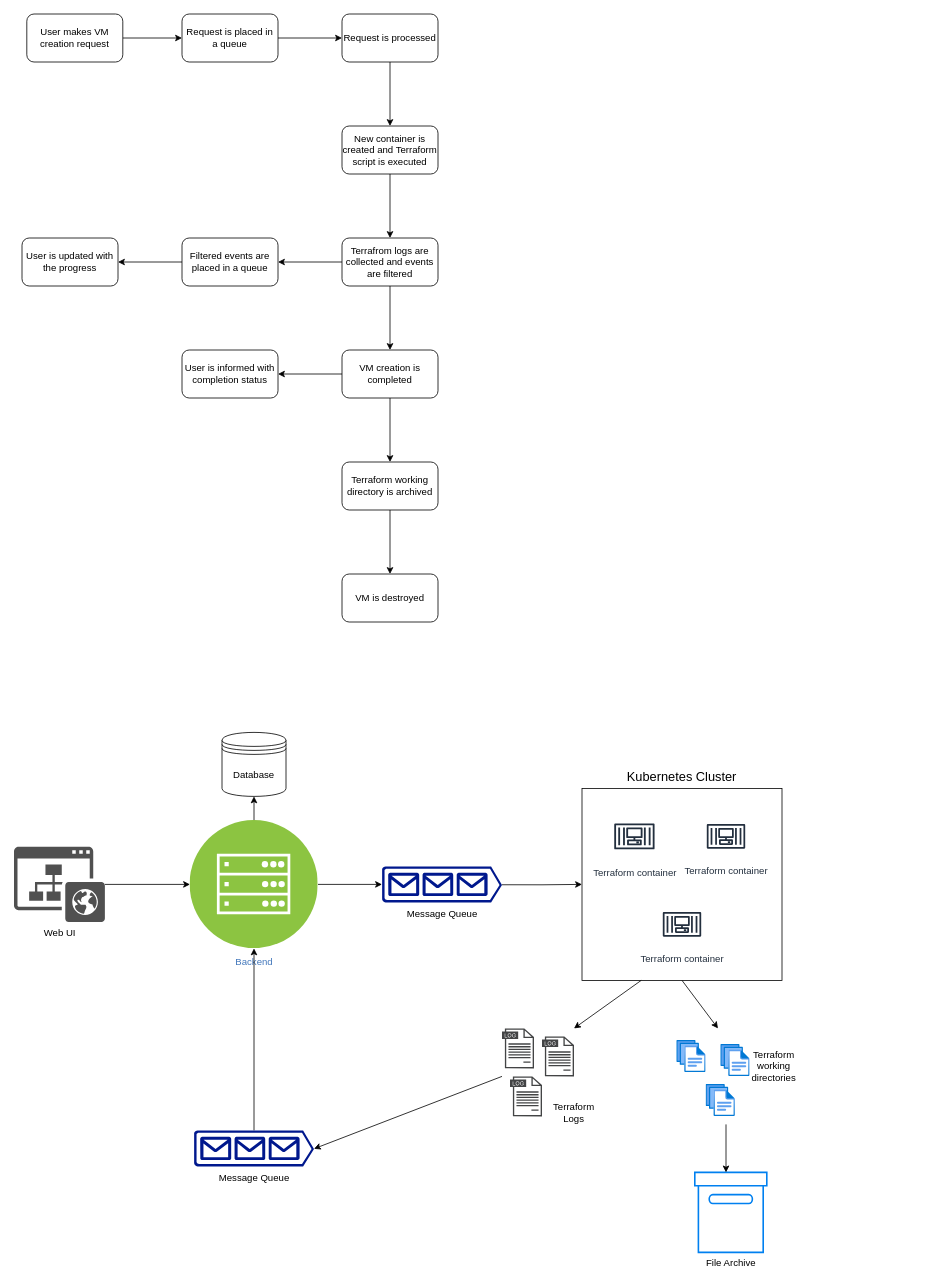
This is doc/diagrams/VM Creation Diagram.drawio from NAICNO/pages-test, a draw.io file, before an edit. Source tidied: cells renumbered, new cells numbered last; positions are measured from the earlier drawing's top-left corner, leaving out a move shared by most shapes. Both pictures are drawn from the tidied source at 80%, with x=0, y=0 at pixel (14, 14).
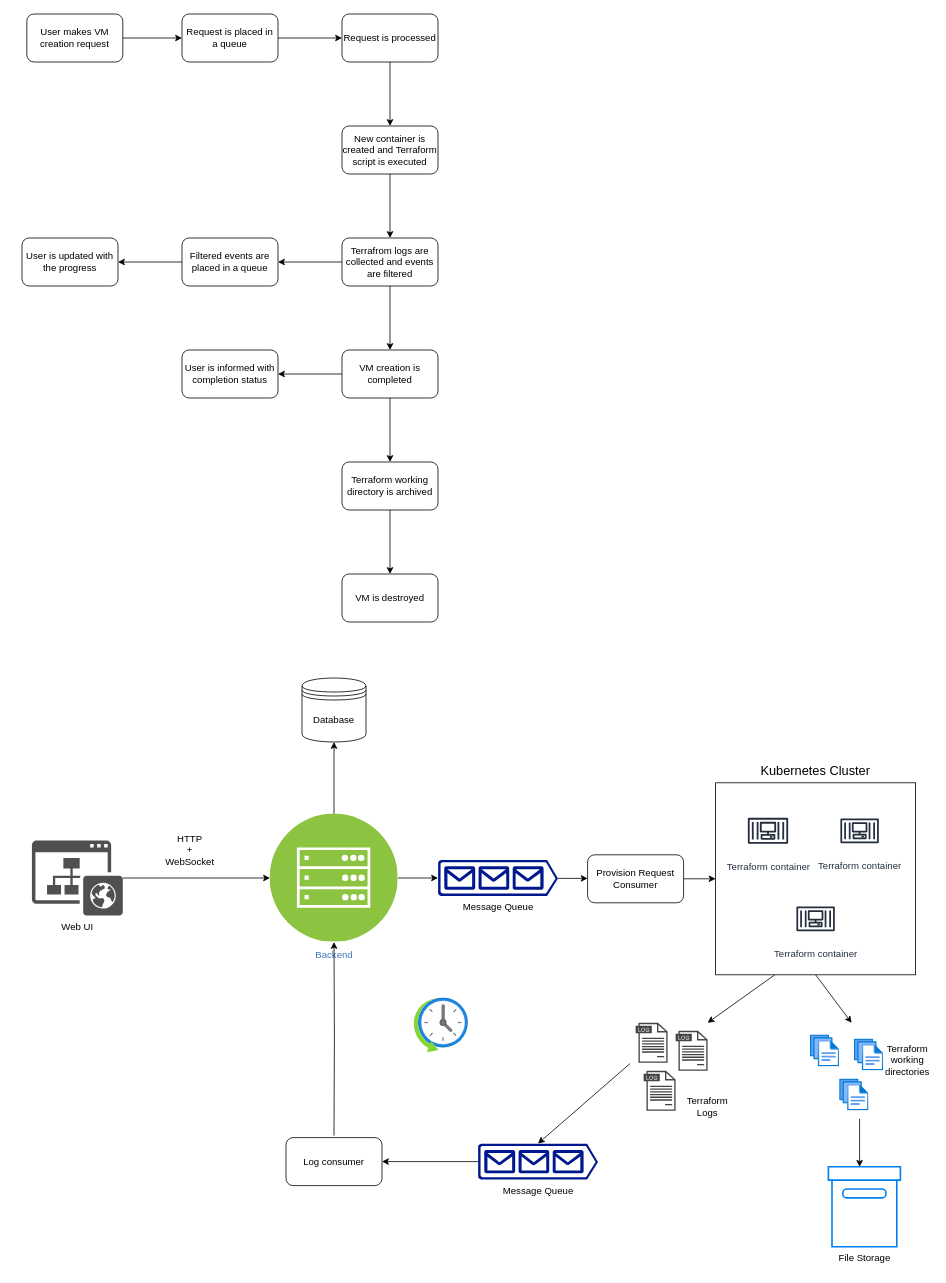
After the change.

Diff of the diagram source:
```diff
@@
     <mxCell id="24" value="Backend" style="image;perimeter=ellipsePerimeter;html=1;align=center;shadow=0;dashed=0;fontColor=#4277BB;labelBackgroundColor=default;fontSize=12;spacingTop=3;image=img/lib/ibm/infrastructure/mobile_backend.svg;" parent="1" vertex="1">
-      <mxGeometry x="220" y="1008" width="160" height="160" as="geometry" />
+      <mxGeometry x="320" y="1000" width="160" height="160" as="geometry" />
     </mxCell>
@@
     <mxCell id="26" value="Web UI" style="sketch=0;shadow=0;dashed=0;html=1;strokeColor=none;fillColor=#505050;labelPosition=center;verticalLabelPosition=bottom;verticalAlign=top;outlineConnect=0;align=center;shape=mxgraph.office.sites.website_public;" parent="1" vertex="1">
-      <mxGeometry y="1041" width="113.6" height="94" as="geometry" />
+      <mxGeometry x="22.4" y="1033" width="113.6" height="94" as="geometry" />
     </mxCell>
     <mxCell id="27" value="Database" style="shape=datastore;whiteSpace=wrap;html=1;" parent="1" vertex="1">
-      <mxGeometry x="260" y="898" width="80" height="80" as="geometry" />
+      <mxGeometry x="360" y="830" width="80" height="80" as="geometry" />
     </mxCell>
-    <mxCell id="28" style="edgeStyle=orthogonalEdgeStyle;rounded=0;jettySize=auto;html=1;exitX=1;exitY=0.51;exitDx=0;exitDy=0;exitPerimeter=0;entryX=0;entryY=0.5;entryDx=0;entryDy=0;" parent="1" edge="1" source="29" target="31">
+    <mxCell id="28" style="edgeStyle=orthogonalEdgeStyle;rounded=0;jettySize=auto;html=1;exitX=1;exitY=0.5;exitDx=0;exitDy=0;entryX=0;entryY=0.5;entryDx=0;entryDy=0;" parent="1" edge="1" source="52" target="31">
       <mxGeometry relative="1" as="geometry" />
     </mxCell>
+    <mxCell id="51" style="edgeStyle=orthogonalEdgeStyle;rounded=0;jettySize=auto;html=1;exitX=1;exitY=0.51;exitDx=0;exitDy=0;exitPerimeter=0;entryX=0;entryY=0.5;entryDx=0;entryDy=0;" parent="1" edge="1" source="29" target="52">
+      <mxGeometry relative="1" as="geometry" />
+    </mxCell>
     <mxCell id="29" value="Message Queue" style="sketch=0;shadow=0;dashed=0;html=1;strokeColor=none;labelPosition=center;verticalLabelPosition=bottom;verticalAlign=top;align=center;fillColor=#00188D;shape=mxgraph.azure.queue_generic;" parent="1" vertex="1">
-      <mxGeometry x="460" y="1065.5" width="150" height="45" as="geometry" />
+      <mxGeometry x="530" y="1057.5" width="150" height="45" as="geometry" />
     </mxCell>
@@
     <mxCell id="31" style="rounded=0;whiteSpace=wrap;html=1;" parent="1" vertex="1">
-      <mxGeometry x="710" y="968" width="250" height="240" as="geometry" />
+      <mxGeometry x="877" y="961" width="250" height="240" as="geometry" />
     </mxCell>
     <mxCell id="32" value="Terraform container" style="sketch=0;fontColor=#232F3E;gradientColor=none;strokeColor=#232F3E;fillColor=#ffffff;dashed=0;verticalLabelPosition=bottom;verticalAlign=top;align=center;html=1;fontSize=12;fontStyle=0;shape=mxgraph.aws4.resourceIcon;resIcon=mxgraph.aws4.container_3;" parent="1" vertex="1">
-      <mxGeometry x="744" y="996.5" width="63" height="63" as="geometry" />
+      <mxGeometry x="911" y="989.5" width="63" height="63" as="geometry" />
     </mxCell>
     <mxCell id="33" value="Terraform container" style="sketch=0;fontColor=#232F3E;gradientColor=none;strokeColor=#232F3E;fillColor=#ffffff;dashed=0;verticalLabelPosition=bottom;verticalAlign=top;align=center;html=1;fontSize=12;fontStyle=0;shape=mxgraph.aws4.resourceIcon;resIcon=mxgraph.aws4.container_3;" parent="1" vertex="1">
-      <mxGeometry x="860" y="998" width="60" height="60" as="geometry" />
+      <mxGeometry x="1027" y="991" width="60" height="60" as="geometry" />
     </mxCell>
     <mxCell id="34" value="Terraform container" style="sketch=0;fontColor=#232F3E;gradientColor=none;strokeColor=#232F3E;fillColor=#ffffff;dashed=0;verticalLabelPosition=bottom;verticalAlign=top;align=center;html=1;fontSize=12;fontStyle=0;shape=mxgraph.aws4.resourceIcon;resIcon=mxgraph.aws4.container_3;" parent="1" vertex="1">
-      <mxGeometry x="805" y="1108" width="60" height="60" as="geometry" />
+      <mxGeometry x="972" y="1101" width="60" height="60" as="geometry" />
     </mxCell>
     <mxCell id="35" value="Kubernetes Cluster" style="text;html=1;strokeColor=none;fillColor=none;align=center;verticalAlign=middle;whiteSpace=wrap;rounded=0;fontSize=16;" parent="1" vertex="1">
-      <mxGeometry x="765" y="938" width="140" height="30" as="geometry" />
+      <mxGeometry x="932" y="931" width="140" height="30" as="geometry" />
     </mxCell>
     <mxCell id="36" style="sketch=0;shadow=0;dashed=0;html=1;strokeColor=none;fillColor=#434445;labelPosition=center;verticalLabelPosition=bottom;verticalAlign=top;align=center;shape=mxgraph.vvd.log_files;" parent="1" vertex="1">
-      <mxGeometry x="610" y="1268" width="40" height="50" as="geometry" />
+      <mxGeometry x="777" y="1261" width="40" height="50" as="geometry" />
     </mxCell>
     <mxCell id="37" style="sketch=0;shadow=0;dashed=0;html=1;strokeColor=none;fillColor=#434445;labelPosition=center;verticalLabelPosition=bottom;verticalAlign=top;align=center;shape=mxgraph.vvd.log_files;" parent="1" vertex="1">
-      <mxGeometry x="620" y="1328" width="40" height="50" as="geometry" />
+      <mxGeometry x="787" y="1321" width="40" height="50" as="geometry" />
     </mxCell>
     <mxCell id="38" style="sketch=0;shadow=0;dashed=0;html=1;strokeColor=none;fillColor=#434445;labelPosition=center;verticalLabelPosition=bottom;verticalAlign=top;align=center;shape=mxgraph.vvd.log_files;" parent="1" vertex="1">
-      <mxGeometry x="660" y="1278" width="40" height="50" as="geometry" />
+      <mxGeometry x="827" y="1271" width="40" height="50" as="geometry" />
     </mxCell>
     <mxCell id="39" style="endArrow=classic;html=1;rounded=0;exitX=0.296;exitY=1;exitDx=0;exitDy=0;exitPerimeter=0;" parent="1" edge="1" source="31">
       <mxGeometry relative="1" as="geometry">
-        <mxPoint x="700" y="1268" as="targetPoint" />
+        <mxPoint x="867" y="1261" as="targetPoint" />
       </mxGeometry>
     </mxCell>
-    <mxCell id="40" style="endArrow=classic;html=1;rounded=0;entryX=1;entryY=0.51;entryDx=0;entryDy=0;entryPerimeter=0;" parent="1" edge="1" target="50">
+    <mxCell id="40" style="endArrow=classic;html=1;rounded=0;entryX=0.5;entryY=0;entryDx=0;entryDy=0;entryPerimeter=0;" parent="1" edge="1" target="50">
       <mxGeometry relative="1" as="geometry">
-        <mxPoint x="610" y="1328" as="sourcePoint" />
+        <mxPoint x="770" y="1312" as="sourcePoint" />
       </mxGeometry>
     </mxCell>
     <mxCell id="41" value="Terraform Logs" style="text;html=1;strokeColor=none;fillColor=none;align=center;verticalAlign=middle;whiteSpace=wrap;rounded=0;" parent="1" vertex="1">
-      <mxGeometry x="670" y="1358" width="60" height="30" as="geometry" />
+      <mxGeometry x="837" y="1351" width="60" height="30" as="geometry" />
     </mxCell>
-    <mxCell id="42" value="File Archive" style="html=1;verticalLabelPosition=bottom;align=center;labelBackgroundColor=#ffffff;verticalAlign=top;strokeWidth=2;strokeColor=#0080F0;shadow=0;dashed=0;shape=mxgraph.ios7.icons.box;" parent="1" vertex="1">
-      <mxGeometry x="851" y="1448" width="90" height="100" as="geometry" />
+    <mxCell id="42" value="File Storage" style="html=1;verticalLabelPosition=bottom;align=center;labelBackgroundColor=#ffffff;verticalAlign=top;strokeWidth=2;strokeColor=#0080F0;shadow=0;dashed=0;shape=mxgraph.ios7.icons.box;" parent="1" vertex="1">
+      <mxGeometry x="1018" y="1441" width="90" height="100" as="geometry" />
     </mxCell>
     <mxCell id="43" style="endArrow=classic;html=1;rounded=0;exitX=0.5;exitY=1;exitDx=0;exitDy=0;" parent="1" edge="1" source="31">
       <mxGeometry relative="1" as="geometry">
-        <mxPoint x="880" y="1268" as="targetPoint" />
+        <mxPoint x="1047" y="1261" as="targetPoint" />
       </mxGeometry>
     </mxCell>
     <mxCell id="44" style="endArrow=classic;html=1;rounded=0;" parent="1" edge="1">
       <mxGeometry relative="1" as="geometry">
-        <mxPoint x="890" y="1388" as="sourcePoint" />
-        <mxPoint x="890" y="1448" as="targetPoint" />
+        <mxPoint x="1057" y="1381" as="sourcePoint" />
+        <mxPoint x="1057" y="1441" as="targetPoint" />
       </mxGeometry>
     </mxCell>
     <mxCell id="45" style="image;html=1;align=center;fontSize=12;image=img/lib/azure2/general/Files.svg;" parent="1" vertex="1">
-      <mxGeometry x="828.4" y="1283" width="36.6" height="40" as="geometry" />
+      <mxGeometry x="995.4" y="1276" width="36.6" height="40" as="geometry" />
     </mxCell>
     <mxCell id="46" style="image;html=1;align=center;fontSize=12;image=img/lib/azure2/general/Files.svg;" parent="1" vertex="1">
-      <mxGeometry x="883.4" y="1288" width="36.6" height="40" as="geometry" />
+      <mxGeometry x="1050.4" y="1281" width="36.6" height="40" as="geometry" />
     </mxCell>
     <mxCell id="47" style="image;html=1;align=center;fontSize=12;image=img/lib/azure2/general/Files.svg;" parent="1" vertex="1">
-      <mxGeometry x="865" y="1338" width="36.6" height="40" as="geometry" />
+      <mxGeometry x="1032" y="1331" width="36.6" height="40" as="geometry" />
     </mxCell>
     <mxCell id="48" value="Terraform working directories" style="text;html=1;strokeColor=none;fillColor=none;align=center;verticalAlign=middle;whiteSpace=wrap;rounded=0;" parent="1" vertex="1">
-      <mxGeometry x="920" y="1300" width="60" height="30" as="geometry" />
+      <mxGeometry x="1087" y="1293" width="60" height="30" as="geometry" />
     </mxCell>
-    <mxCell id="49" style="edgeStyle=orthogonalEdgeStyle;rounded=0;jettySize=auto;html=1;exitX=0.5;exitY=0;exitDx=0;exitDy=0;exitPerimeter=0;" parent="1" edge="1" source="50" target="24">
-      <mxGeometry relative="1" as="geometry" />
+    <mxCell id="49" style="edgeStyle=orthogonalEdgeStyle;rounded=0;jettySize=auto;html=1;" parent="1" edge="1" target="24">
+      <mxGeometry relative="1" as="geometry">
+        <mxPoint x="400" y="1402" as="sourcePoint" />
+      </mxGeometry>
     </mxCell>
     <mxCell id="50" value="Message Queue" style="sketch=0;shadow=0;dashed=0;html=1;strokeColor=none;labelPosition=center;verticalLabelPosition=bottom;verticalAlign=top;align=center;fillColor=#00188D;shape=mxgraph.azure.queue_generic;" parent="1" vertex="1">
-      <mxGeometry x="225" y="1395.5" width="150" height="45" as="geometry" />
+      <mxGeometry x="580" y="1412" width="150" height="45" as="geometry" />
     </mxCell>
+    <mxCell id="52" value="Provision Request Consumer" style="rounded=1;whiteSpace=wrap;html=1;" parent="1" vertex="1">
+      <mxGeometry x="717" y="1051" width="120" height="60" as="geometry" />
+    </mxCell>
+    <mxCell id="53" value="Log consumer" style="rounded=1;whiteSpace=wrap;html=1;" parent="1" vertex="1">
+      <mxGeometry x="340" y="1404.5" width="120" height="60" as="geometry" />
+    </mxCell>
+    <mxCell id="54" style="edgeStyle=orthogonalEdgeStyle;rounded=0;jettySize=auto;html=1;exitX=0;exitY=0.5;exitDx=0;exitDy=0;exitPerimeter=0;entryX=1;entryY=0.5;entryDx=0;entryDy=0;" parent="1" edge="1" source="50" target="53">
+      <mxGeometry relative="1" as="geometry" />
+    </mxCell>
+    <mxCell id="55" value="HTTP&lt;br&gt;+ WebSocket" style="text;html=1;strokeColor=none;fillColor=none;align=center;verticalAlign=middle;whiteSpace=wrap;rounded=0;" parent="1" vertex="1">
+      <mxGeometry x="190" y="1010" width="60" height="70" as="geometry" />
+    </mxCell>
+    <mxCell id="56" style="image;html=1;align=center;fontSize=12;image=img/lib/azure2/general/Scheduler.svg;" parent="1" vertex="1">
+      <mxGeometry x="500" y="1230" width="68" height="68" as="geometry" />
+    </mxCell>
```
